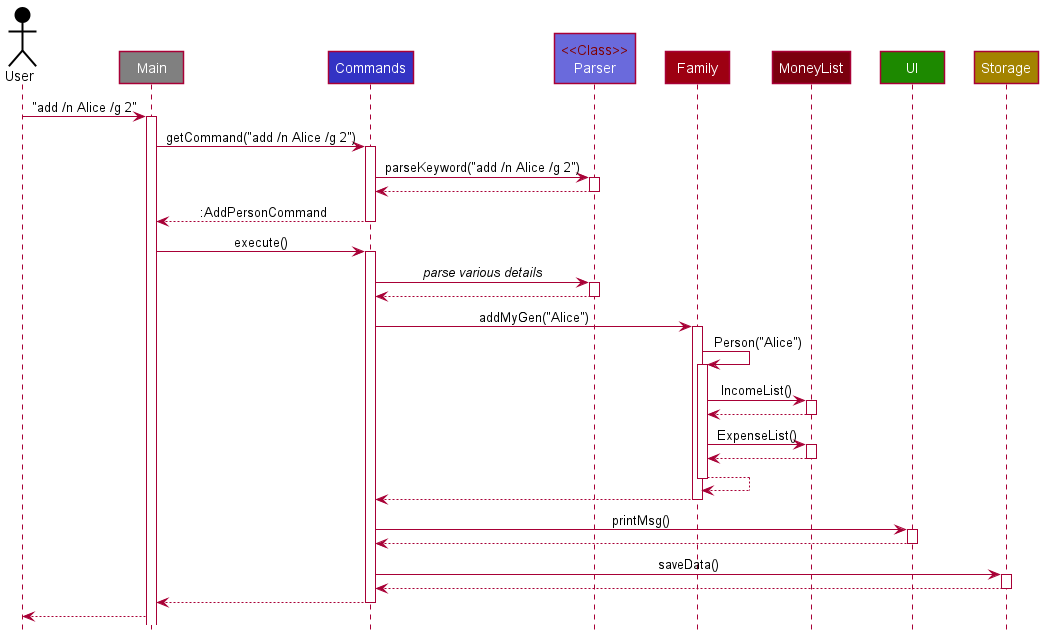
This is docs/images/ArchitectureSequenceDiagram.png from nus-cs2113-AY2122S2/tp, a PlantUML export, as it was before one commit.
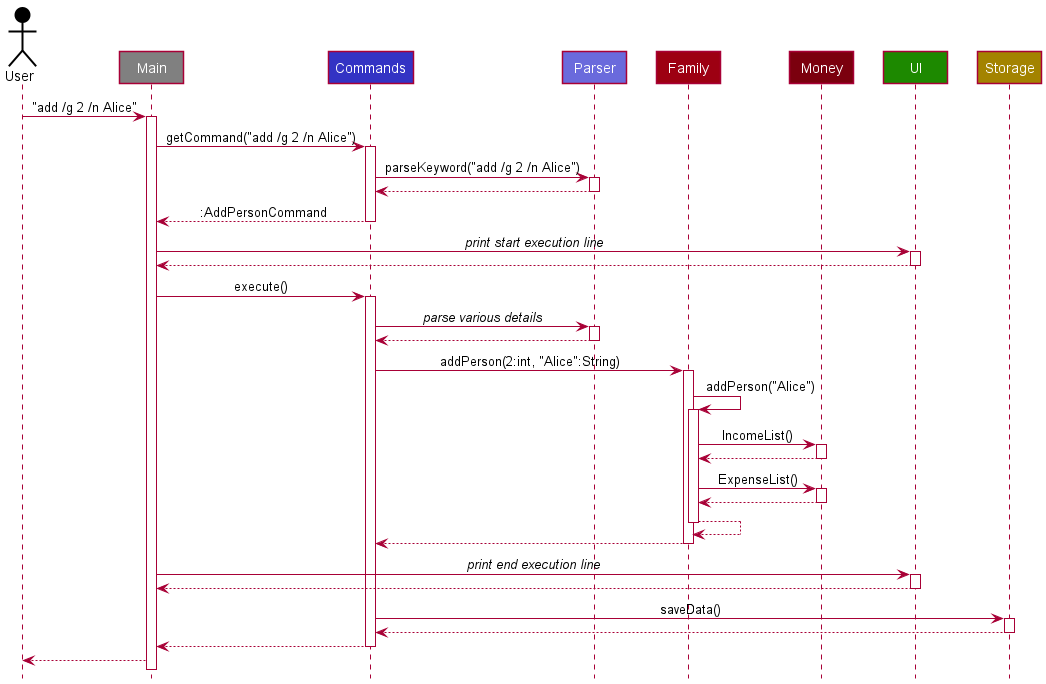
Above is the later version.

Commit message:
Update ArchitectureSequenceDiagram to match current calls

Diff of the diagram source:
```diff
@@ -4,19 +4,19 @@
 Actor User USER_COLOR
 Participant Main #grey
 Participant Commands LOGIC_COLOR
-Participant "<color:maroon><<Class>>\nParser" as Parser LOGIC_COLOR_T2
+Participant "Parser" as Parser LOGIC_COLOR_T2
 Participant Family MODEL_COLOR
-Participant MoneyList MODEL_COLOR_T3
+Participant Money MODEL_COLOR_T3
 Participant UI UI_COLOR
 Participant Storage STORAGE_COLOR
 
-User -> Main : "add /n Alice /g 2"
+User -> Main : "add /g 2 /n Alice"
 
 activate Main
-Main -> Commands : getCommand("add /n Alice /g 2")
+Main -> Commands : getCommand("add /g 2 /n Alice")
 
 activate Commands
-Commands -> Parser : parseKeyword("add /n Alice /g 2")
+Commands -> Parser : parseKeyword("add /g 2 /n Alice")
 
 activate Parser
 Parser --> Commands
@@ -24,6 +24,11 @@
 
 Commands --> Main : :AddPersonCommand
 deactivate Commands
+
+Main -> UI : //print start execution line//
+activate UI
+UI --> Main
+deactivate UI
 
 Main -> Commands : execute()
 activate Commands
@@ -33,21 +38,21 @@
 Parser --> Commands
 deactivate Parser
 
-Commands -> Family : addMyGen("Alice")
+Commands -> Family : addPerson(2:int, "Alice":String)
 activate Family
 
-Family -> Family : Person("Alice")
+Family -> Family : addPerson("Alice")
 activate Family
 
-Family -> MoneyList : IncomeList()
-activate MoneyList
-MoneyList --> Family
-deactivate MoneyList
+Family -> Money : IncomeList()
+activate Money
+Money --> Family
+deactivate Money
 
-Family -> MoneyList : ExpenseList()
-activate MoneyList
-MoneyList --> Family
-deactivate MoneyList
+Family -> Money : ExpenseList()
+activate Money
+Money --> Family
+deactivate Money
 
 Family --> Family
 deactivate Family
@@ -55,9 +60,9 @@
 Family --> Commands
 deactivate Family
 
-Commands -> UI : printMsg()
+Main -> UI : //print end execution line//
 activate UI
-UI --> Commands
+UI --> Main
 deactivate UI
 
 Commands -> Storage : saveData()
```
